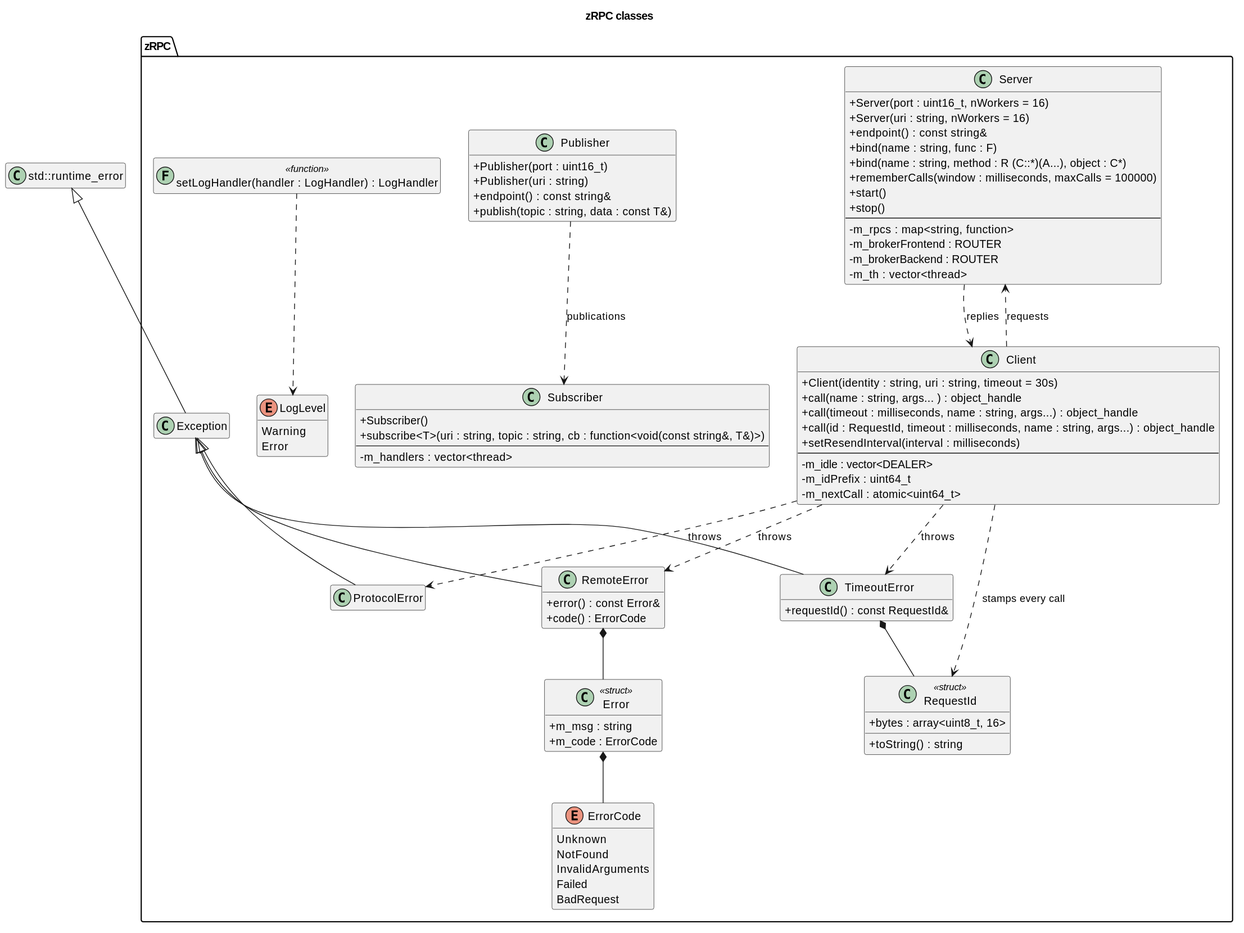
Earlier version of the PlantUML export docs/classes.svg (jhaws1982/zRPC). Its diagram source:
```plantuml
@startuml
title zRPC classes
skinparam classAttributeIconSize 0
skinparam shadowing false
hide empty members

namespace zRPC {
  class Server {
    +Server(port : uint16_t, nWorkers = 16)
    +Server(uri : string, nWorkers = 16)
    +endpoint() : const string&
    +bind(name : string, func : F)
    +bind(name : string, method : R (C::*)(A...), object : C*)
    +rememberCalls(window : milliseconds, maxCalls = 100000)
    +start()
    +stop()
    --
    -m_rpcs : map<string, function>
    -m_brokerFrontend : ROUTER
    -m_brokerBackend : ROUTER
    -m_th : vector<thread>
  }

  class Client {
    +Client(identity : string, uri : string, timeout = 30s)
    +call(name : string, args... ) : object_handle
    +call(timeout : milliseconds, name : string, args...) : object_handle
    +call(id : RequestId, timeout : milliseconds, name : string, args...) : object_handle
    +setResendInterval(interval : milliseconds)
    --
    -m_idle : vector<DEALER>
    -m_idPrefix : uint64_t
    -m_nextCall : atomic<uint64_t>
  }

  class Publisher {
    +Publisher(port : uint16_t)
    +Publisher(uri : string)
    +endpoint() : const string&
    +publish(topic : string, data : const T&)
  }

  class Subscriber {
    +Subscriber()
    +subscribe<T>(uri : string, topic : string, cb : function<void(const string&, T&)>)
    --
    -m_handlers : vector<thread>
  }

  class RequestId <<struct>> {
    +bytes : array<uint8_t, 16>
    +toString() : string
  }

  class Error <<struct>> {
    +m_msg : string
    +m_code : ErrorCode
  }

  enum ErrorCode {
    Unknown
    NotFound
    InvalidArguments
    Failed
    BadRequest
  }

  class Exception
  class RemoteError {
    +error() : const Error&
    +code() : ErrorCode
  }
  class TimeoutError {
    +requestId() : const RequestId&
  }
  class ProtocolError

  enum LogLevel {
    Warning
    Error
  }

  class "setLogHandler(handler : LogHandler) : LogHandler" as setLogHandler << (F,#ADD1B2) function >>

  Exception <|-- RemoteError
  Exception <|-- TimeoutError
  Exception <|-- ProtocolError
  RemoteError *-- Error
  TimeoutError *-- RequestId
  Error *-- ErrorCode
  setLogHandler ..> LogLevel

  Client ..> RequestId : stamps every call
  Client ..> Server : requests
  Server ..> Client : replies
  Publisher ..> Subscriber : publications
  Client ..> RemoteError : throws
  Client ..> TimeoutError : throws
  Client ..> ProtocolError : throws
}

class "std::runtime_error" as runtime_error
runtime_error <|-- zRPC.Exception
@enduml
```
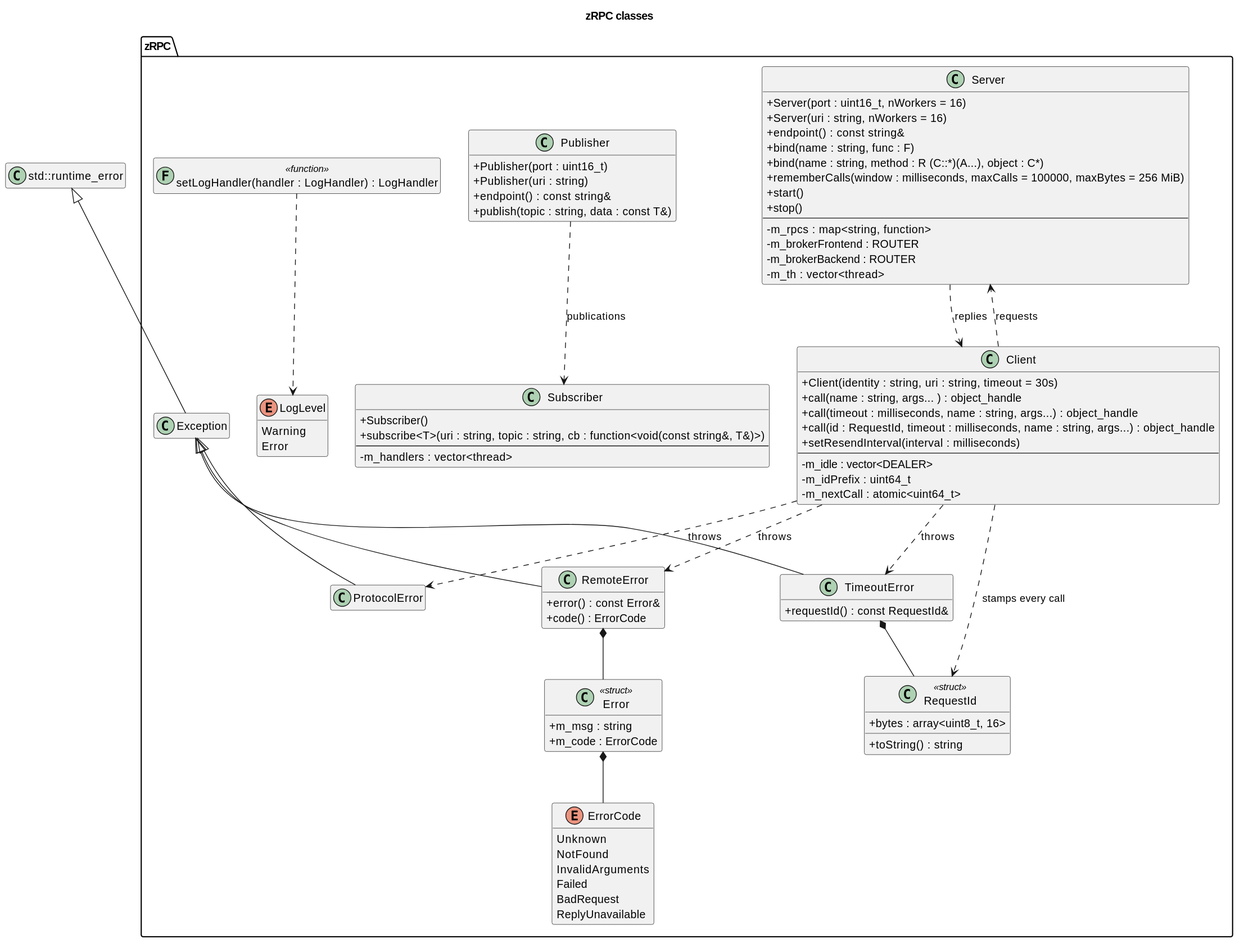
The same diagram one commit later.

Change to the diagram source:
```diff
@@ -11,7 +11,7 @@
     +endpoint() : const string&
     +bind(name : string, func : F)
     +bind(name : string, method : R (C::*)(A...), object : C*)
-    +rememberCalls(window : milliseconds, maxCalls = 100000)
+    +rememberCalls(window : milliseconds, maxCalls = 100000, maxBytes = 256 MiB)
     +start()
     +stop()
     --
@@ -63,6 +63,7 @@
     InvalidArguments
     Failed
     BadRequest
+    ReplyUnavailable
   }
 
   class Exception
```
